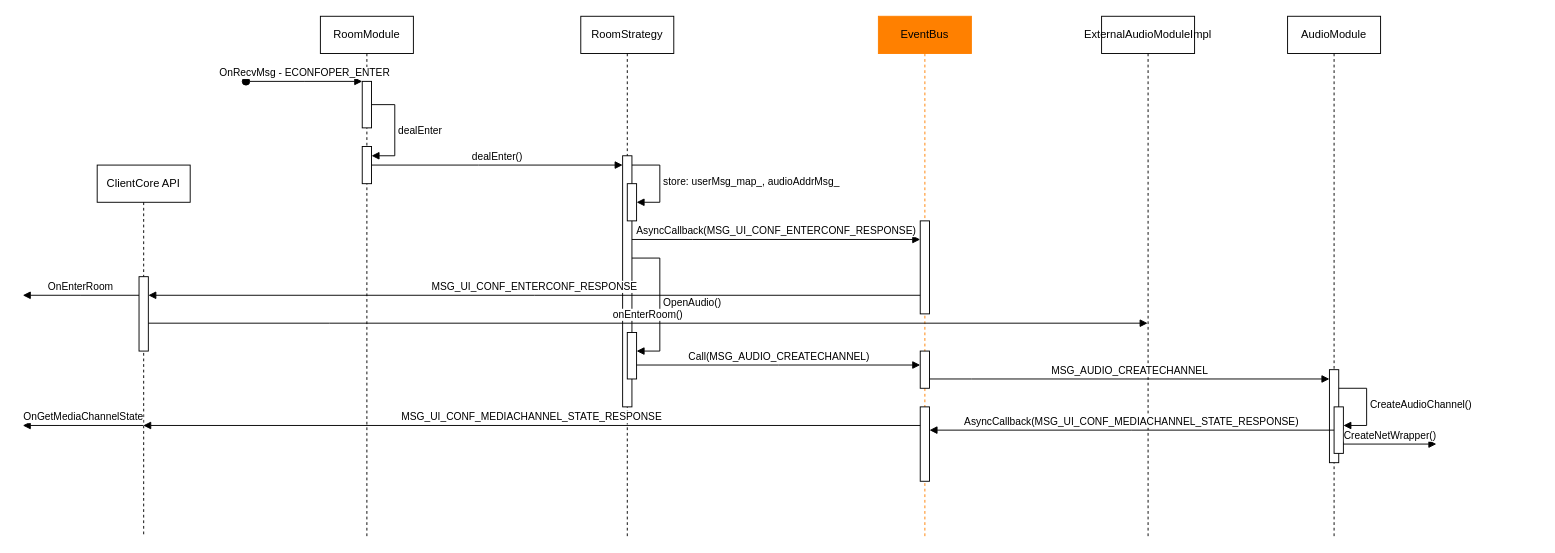
This is audio-channel.drawio from cnnop007/arch-docs, a draw.io file, before an edit. Source tidied: cells renumbered, new cells numbered last; positions are measured from the earlier drawing's top-left corner, leaving out a move shared by most shapes. Both pictures are drawn from the tidied source at 93%, with x=0, y=0 at pixel (22, 16).
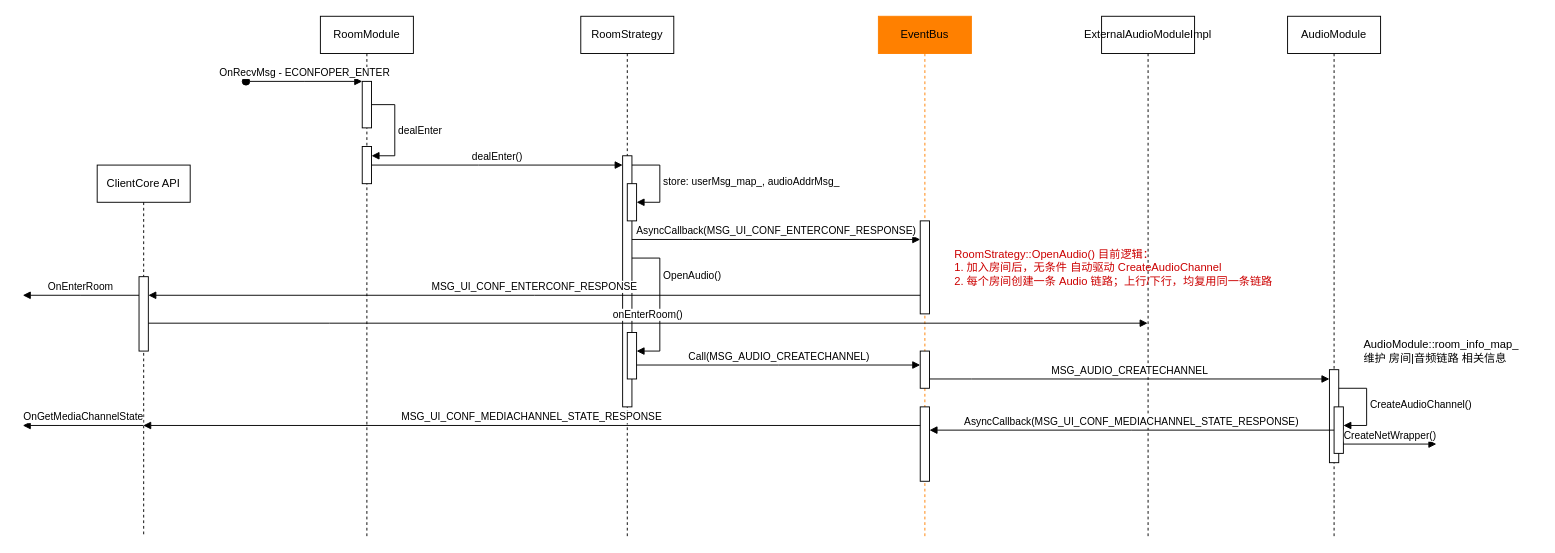
The same diagram, later.

The change refers to these unchanged cells:
```xml
<mxCell id="7" value="RoomStrategy" style="shape=umlLifeline;perimeter=lifelinePerimeter;whiteSpace=wrap;html=1;newEdgeStyle={&quot;edgeStyle&quot;:&quot;elbowEdgeStyle&quot;,&quot;elbow&quot;:&quot;vertical&quot;,&quot;curved&quot;:0,&quot;rounded&quot;:0};" parent="1" vertex="1">
  <mxGeometry x="600" width="100" height="560" as="geometry" />
</mxCell>
<mxCell id="8" style="html=1;points=[];perimeter=orthogonalPerimeter;outlineConnect=0;targetShapes=umlLifeline;portConstraint=eastwest;newEdgeStyle={&quot;edgeStyle&quot;:&quot;elbowEdgeStyle&quot;,&quot;elbow&quot;:&quot;vertical&quot;,&quot;curved&quot;:0,&quot;rounded&quot;:0};" parent="7" vertex="1">
  <mxGeometry x="45" y="150" width="10" height="270" as="geometry" />
</mxCell>
<mxCell id="11" style="html=1;points=[];perimeter=orthogonalPerimeter;outlineConnect=0;targetShapes=umlLifeline;portConstraint=eastwest;newEdgeStyle={&quot;edgeStyle&quot;:&quot;elbowEdgeStyle&quot;,&quot;elbow&quot;:&quot;vertical&quot;,&quot;curved&quot;:0,&quot;rounded&quot;:0};" parent="7" vertex="1">
  <mxGeometry x="50" y="340" width="10" height="50" as="geometry" />
</mxCell>
```

The edit, as a diff of the source:
```diff
@@
     <mxCell id="12" value="OpenAudio()" style="html=1;align=left;spacingLeft=2;endArrow=block;rounded=0;edgeStyle=orthogonalEdgeStyle;curved=0;rounded=0;" parent="7" edge="1" source="8" target="11">
-      <mxGeometry relative="1" as="geometry">
+      <mxGeometry x="-0.35" relative="1" as="geometry">
         <Array as="points">
           <mxPoint x="85" y="260" />
           <mxPoint x="85" y="360" />
         </Array>
+        <mxPoint y="-1" as="offset" />
       </mxGeometry>
     </mxCell>
@@
+    <mxCell id="35" value="RoomStrategy::OpenAudio() 目前逻辑：&lt;br&gt;1. 加入房间后，无条件 自动驱动 CreateAudioChannel&amp;nbsp;&lt;br&gt;2. 每个房间创建一条 Audio 链路；上行/下行，均复用同一条链路" style="text;html=1;align=left;verticalAlign=middle;strokeColor=none;fillColor=none;fontColor=#CC0000;" parent="1" vertex="1">
+      <mxGeometry x="1000" y="240" width="370" height="60" as="geometry" />
+    </mxCell>
+    <mxCell id="36" value="AudioModule::room_info_map_&lt;br&gt;维护 房间|音频链路 相关信息" style="text;html=1;align=left;verticalAlign=middle;strokeColor=none;fillColor=none;" parent="1" vertex="1">
+      <mxGeometry x="1440" y="340" width="190" height="40" as="geometry" />
+    </mxCell>
```
